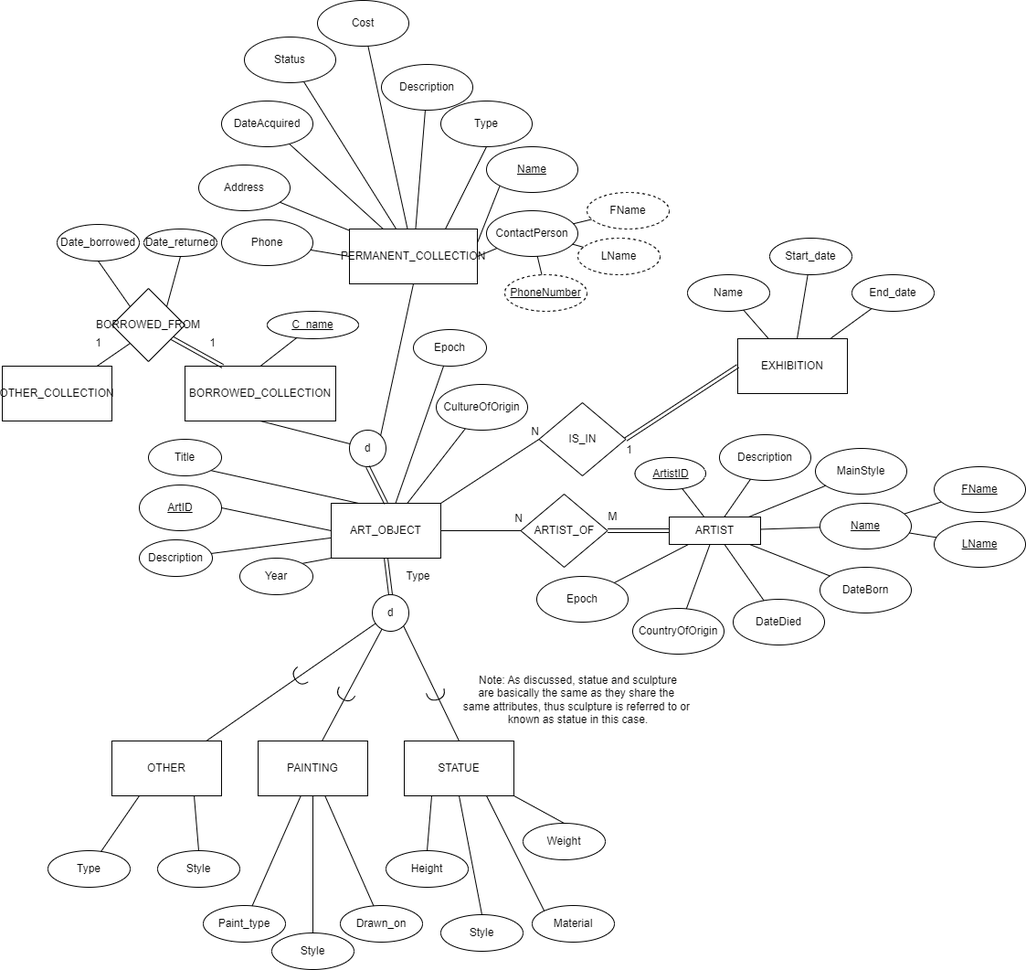
The draw.io diagram 300 Final Project EER - Updated.drawio.png in Maan-Khedr-ENSF-300/museum-project-coolkids87, before a commit. Source tidied: cells renumbered, new cells last; positions are measured from the earlier drawing's top-left corner, leaving out a move shared by most shapes.
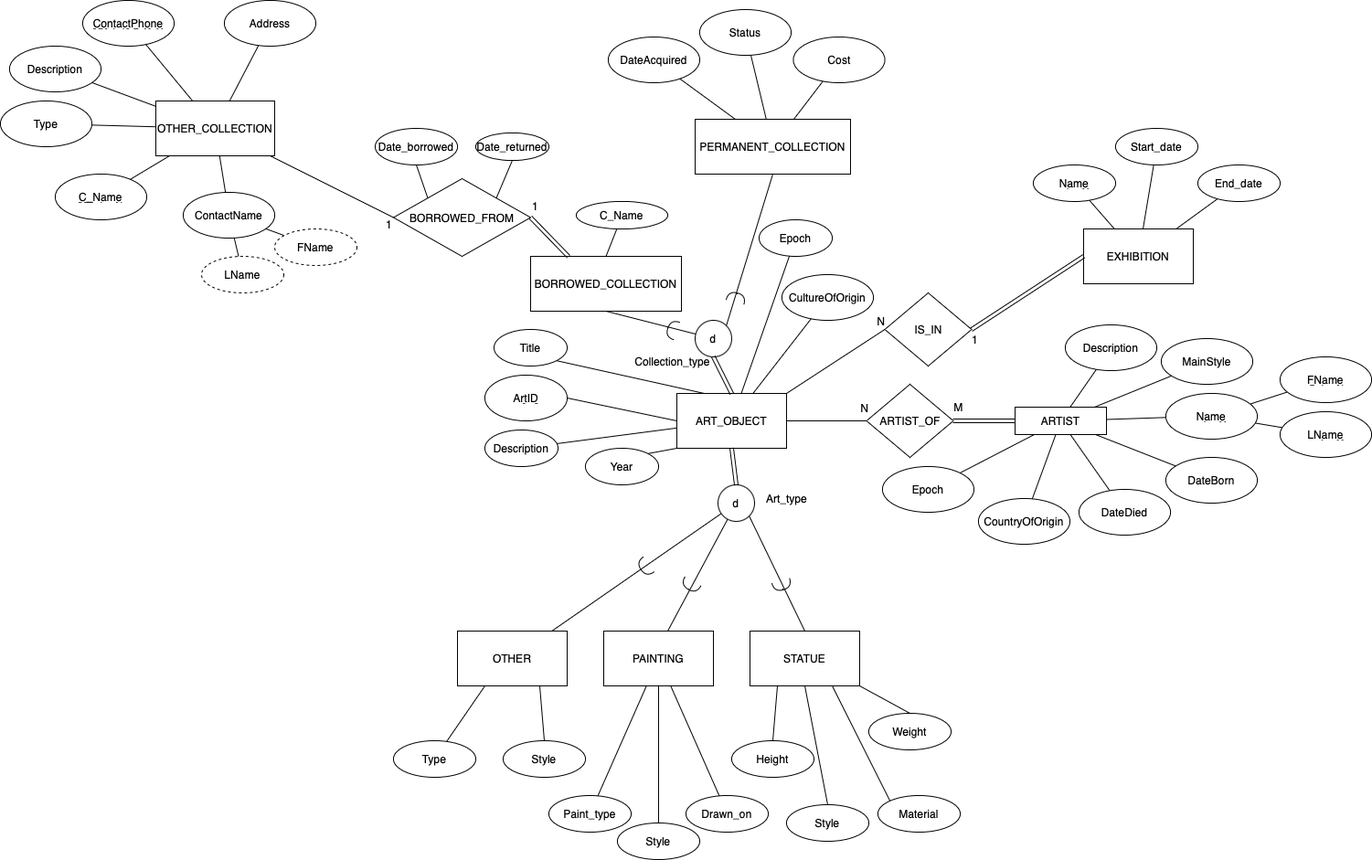
The same diagram one commit later.

Diff of the diagram source:
```diff
@@ -116,9 +116,9 @@
     <mxCell id="39" value="EXHIBITION" style="rounded=0;whiteSpace=wrap;html=1;" parent="1" vertex="1">
       <mxGeometry x="805" y="370" width="120" height="60" as="geometry" />
     </mxCell>
-    <mxCell id="40" value="Name" style="ellipse;whiteSpace=wrap;html=1;" parent="1" vertex="1">
-      <mxGeometry x="750" y="300" width="90" height="40" as="geometry" />
-    </mxCell>
+    <mxCell id="50" value="&lt;u&gt;Name&lt;/u&gt;" style="ellipse;whiteSpace=wrap;html=1;" parent="1" vertex="1">
+      <mxGeometry x="750" y="300" width="90" height="40" as="geometry" />
+    </mxCell>
     <mxCell id="41" value="End_date" style="ellipse;whiteSpace=wrap;html=1;" parent="1" vertex="1">
       <mxGeometry x="930" y="300" width="90" height="40" as="geometry" />
     </mxCell>
@@ -131,9 +131,9 @@
     <mxCell id="44" style="endArrow=none;html=1;rounded=0;" parent="1" edge="1" source="39" target="42">
       <mxGeometry relative="1" as="geometry" />
     </mxCell>
-    <mxCell id="45" style="endArrow=none;html=1;rounded=0;" parent="1" edge="1" source="39" target="40">
-      <mxGeometry relative="1" as="geometry" />
-    </mxCell>
+    <mxCell id="126" style="endArrow=none;html=1;rounded=0;" parent="1" edge="1" source="39" target="50">
+      <mxGeometry relative="1" as="geometry" />
+    </mxCell>
     <mxCell id="46" value="IS_IN" style="rhombus;whiteSpace=wrap;html=1;" parent="1" vertex="1">
       <mxGeometry x="587.5" y="440" width="95" height="80" as="geometry" />
     </mxCell>
@@ -144,44 +144,44 @@
       <mxGeometry relative="1" as="geometry" />
     </mxCell>
     <mxCell id="49" value="PERMANENT_COLLECTION" style="rounded=0;whiteSpace=wrap;html=1;" parent="1" vertex="1">
-      <mxGeometry x="380" y="250" width="140" height="60" as="geometry" />
+      <mxGeometry x="380" y="250" width="170" height="60" as="geometry" />
     </mxCell>
-    <mxCell id="50" value="&lt;u&gt;Name&lt;/u&gt;" style="ellipse;whiteSpace=wrap;html=1;" parent="1" vertex="1">
-      <mxGeometry x="530" y="160" width="100" height="50" as="geometry" />
-    </mxCell>
-    <mxCell id="51" style="endArrow=none;html=1;rounded=0;entryX=0;entryY=1;entryDx=0;entryDy=0;exitX=1;exitY=0.25;exitDx=0;exitDy=0;" parent="1" edge="1" source="49" target="50">
-      <mxGeometry relative="1" as="geometry" />
-    </mxCell>
+    <mxCell id="127" value="&lt;u&gt;C_Name&lt;/u&gt;" style="ellipse;whiteSpace=wrap;html=1;" parent="1" vertex="1">
+      <mxGeometry x="-320" y="310" width="100" height="50" as="geometry" />
+    </mxCell>
+    <mxCell id="128" style="endArrow=none;html=1;rounded=0;" parent="1" edge="1" source="122" target="127">
+      <mxGeometry relative="1" as="geometry" />
+    </mxCell>
     <mxCell id="52" value="Type" style="ellipse;whiteSpace=wrap;html=1;" parent="1" vertex="1">
-      <mxGeometry x="480" y="110" width="100" height="50" as="geometry" />
+      <mxGeometry x="-380" y="230" width="100" height="50" as="geometry" />
     </mxCell>
-    <mxCell id="53" style="endArrow=none;html=1;rounded=0;exitX=0.75;exitY=0;exitDx=0;exitDy=0;entryX=0.5;entryY=1;entryDx=0;entryDy=0;" parent="1" edge="1" source="49" target="52">
-      <mxGeometry relative="1" as="geometry" />
-    </mxCell>
+    <mxCell id="129" style="endArrow=none;html=1;rounded=0;" parent="1" edge="1" source="122" target="52">
+      <mxGeometry relative="1" as="geometry" />
+    </mxCell>
     <mxCell id="54" value="Description" style="ellipse;whiteSpace=wrap;html=1;" parent="1" vertex="1">
-      <mxGeometry x="415" y="70" width="100" height="50" as="geometry" />
+      <mxGeometry x="-370" y="170" width="100" height="50" as="geometry" />
     </mxCell>
-    <mxCell id="55" style="endArrow=none;html=1;rounded=0;" parent="1" edge="1" source="49" target="54">
-      <mxGeometry relative="1" as="geometry" />
-    </mxCell>
+    <mxCell id="130" style="endArrow=none;html=1;rounded=0;" parent="1" edge="1" source="122" target="54">
+      <mxGeometry relative="1" as="geometry" />
+    </mxCell>
     <mxCell id="56" value="Address" style="ellipse;whiteSpace=wrap;html=1;" parent="1" vertex="1">
-      <mxGeometry x="215" y="180" width="100" height="50" as="geometry" />
+      <mxGeometry x="-135" y="120" width="100" height="50" as="geometry" />
     </mxCell>
-    <mxCell id="57" style="endArrow=none;html=1;rounded=0;" parent="1" edge="1" source="49" target="56">
-      <mxGeometry relative="1" as="geometry" />
-    </mxCell>
-    <mxCell id="58" value="Phone" style="ellipse;whiteSpace=wrap;html=1;" parent="1" vertex="1">
-      <mxGeometry x="240" y="240" width="100" height="50" as="geometry" />
-    </mxCell>
-    <mxCell id="59" style="endArrow=none;html=1;rounded=0;entryX=0;entryY=0.5;entryDx=0;entryDy=0;" parent="1" edge="1" source="58" target="49">
-      <mxGeometry relative="1" as="geometry" />
-    </mxCell>
-    <mxCell id="60" value="ContactPerson" style="ellipse;whiteSpace=wrap;html=1;" parent="1" vertex="1">
-      <mxGeometry x="530" y="230" width="100" height="50" as="geometry" />
-    </mxCell>
-    <mxCell id="61" style="endArrow=none;html=1;rounded=0;entryX=1;entryY=0.5;entryDx=0;entryDy=0;" parent="1" edge="1" source="60" target="49">
-      <mxGeometry relative="1" as="geometry" />
-    </mxCell>
+    <mxCell id="131" style="endArrow=none;html=1;rounded=0;" parent="1" edge="1" source="122" target="56">
+      <mxGeometry relative="1" as="geometry" />
+    </mxCell>
+    <mxCell id="132" value="&lt;u&gt;ContactPhone&lt;/u&gt;" style="ellipse;whiteSpace=wrap;html=1;" parent="1" vertex="1">
+      <mxGeometry x="-290" y="120" width="100" height="50" as="geometry" />
+    </mxCell>
+    <mxCell id="133" style="endArrow=none;html=1;rounded=0;" parent="1" edge="1" source="132" target="122">
+      <mxGeometry relative="1" as="geometry" />
+    </mxCell>
+    <mxCell id="134" value="ContactName" style="ellipse;whiteSpace=wrap;html=1;" parent="1" vertex="1">
+      <mxGeometry x="-180" y="330" width="100" height="50" as="geometry" />
+    </mxCell>
+    <mxCell id="135" style="endArrow=none;html=1;rounded=0;" parent="1" edge="1" source="134" target="122">
+      <mxGeometry relative="1" as="geometry" />
+    </mxCell>
     <mxCell id="62" style="edgeStyle=none;rounded=0;jettySize=auto;html=1;endArrow=none;endFill=0;" parent="1" edge="1" source="63" target="82">
       <mxGeometry relative="1" as="geometry" />
     </mxCell>
@@ -228,16 +228,16 @@
       <mxGeometry relative="1" as="geometry" />
     </mxCell>
     <mxCell id="77" value="Date_borrowed" style="ellipse;whiteSpace=wrap;html=1;" parent="1" vertex="1">
-      <mxGeometry x="60" y="245" width="90" height="40" as="geometry" />
+      <mxGeometry x="30" y="260" width="90" height="40" as="geometry" />
     </mxCell>
-    <mxCell id="78" style="endArrow=none;html=1;rounded=0;exitX=0.5;exitY=0;exitDx=0;exitDy=0;" parent="1" edge="1" source="94" target="79">
-      <mxGeometry relative="1" as="geometry" />
-    </mxCell>
-    <mxCell id="79" value="&lt;u&gt;C_name&lt;/u&gt;" style="ellipse;whiteSpace=wrap;html=1;" parent="1" vertex="1">
-      <mxGeometry x="290" y="340" width="100" height="30" as="geometry" />
-    </mxCell>
+    <mxCell id="136" style="endArrow=none;html=1;rounded=0;exitX=0.5;exitY=0;exitDx=0;exitDy=0;" parent="1" edge="1" source="94" target="137">
+      <mxGeometry relative="1" as="geometry" />
+    </mxCell>
+    <mxCell id="137" value="C_Name" style="ellipse;whiteSpace=wrap;html=1;" parent="1" vertex="1">
+      <mxGeometry x="250" y="340" width="100" height="30" as="geometry" />
+    </mxCell>
     <mxCell id="80" value="Date_returned" style="ellipse;whiteSpace=wrap;html=1;" parent="1" vertex="1">
-      <mxGeometry x="155" y="250" width="80" height="30" as="geometry" />
+      <mxGeometry x="140" y="265" width="80" height="30" as="geometry" />
     </mxCell>
     <mxCell id="81" value="&lt;u&gt;LName&lt;/u&gt;" style="ellipse;whiteSpace=wrap;html=1;" parent="1" vertex="1">
       <mxGeometry x="1020" y="570" width="100" height="50" as="geometry" />
@@ -248,36 +248,24 @@
     <mxCell id="83" style="edgeStyle=none;rounded=0;jettySize=auto;html=1;endArrow=none;endFill=0;" parent="1" edge="1" source="63" target="81">
       <mxGeometry relative="1" as="geometry" />
     </mxCell>
-    <mxCell id="84" style="edgeStyle=none;rounded=0;jettySize=auto;html=1;endArrow=none;endFill=0;" parent="1" edge="1" source="85" target="60">
-      <mxGeometry relative="1" as="geometry" />
-    </mxCell>
+    <mxCell id="138" style="edgeStyle=none;rounded=0;jettySize=auto;html=1;endArrow=none;endFill=0;" parent="1" edge="1" source="85" target="134">
+      <mxGeometry relative="1" as="geometry" />
+    </mxCell>
     <mxCell id="85" value="FName" style="ellipse;whiteSpace=wrap;html=1;dashed=1;" parent="1" vertex="1">
-      <mxGeometry x="640" y="210" width="90" height="40" as="geometry" />
+      <mxGeometry x="-80" y="370" width="90" height="40" as="geometry" />
     </mxCell>
     <mxCell id="86" value="LName" style="ellipse;whiteSpace=wrap;html=1;dashed=1;" parent="1" vertex="1">
-      <mxGeometry x="630" y="260" width="90" height="40" as="geometry" />
+      <mxGeometry x="-160" y="400" width="90" height="40" as="geometry" />
     </mxCell>
-    <mxCell id="87" value="PhoneNumber" style="ellipse;whiteSpace=wrap;html=1;dashed=1;fontStyle=4;" parent="1" vertex="1">
-      <mxGeometry x="550" y="300" width="90" height="40" as="geometry" />
-    </mxCell>
-    <mxCell id="88" style="edgeStyle=none;rounded=0;jettySize=auto;html=1;endArrow=none;endFill=0;fontStyle=1;" parent="1" edge="1" source="87" target="60">
-      <mxGeometry relative="1" as="geometry" />
-    </mxCell>
-    <mxCell id="89" style="edgeStyle=none;rounded=0;jettySize=auto;html=1;endArrow=none;endFill=0;" parent="1" edge="1" source="86" target="60">
-      <mxGeometry relative="1" as="geometry" />
-    </mxCell>
+    <mxCell id="139" style="edgeStyle=none;rounded=0;jettySize=auto;html=1;endArrow=none;endFill=0;" parent="1" edge="1" source="86" target="134">
+      <mxGeometry relative="1" as="geometry" />
+    </mxCell>
     <mxCell id="90" value="d" style="ellipse;whiteSpace=wrap;html=1;" parent="1" vertex="1">
       <mxGeometry x="380" y="470" width="40" height="40" as="geometry" />
     </mxCell>
     <mxCell id="91" style="endArrow=none;html=1;rounded=0;exitX=0.5;exitY=1;exitDx=0;exitDy=0;entryX=0.5;entryY=0;entryDx=0;entryDy=0;shape=link;" parent="1" edge="1" source="90" target="4">
       <mxGeometry relative="1" as="geometry" />
     </mxCell>
-    <mxCell id="92" style="endArrow=none;html=1;rounded=0;exitX=1;exitY=0;exitDx=0;exitDy=0;entryX=0.5;entryY=1;entryDx=0;entryDy=0;" parent="1" edge="1" source="90" target="49">
-      <mxGeometry relative="1" as="geometry" />
-    </mxCell>
-    <mxCell id="93" style="endArrow=none;html=1;rounded=0;entryX=0.5;entryY=1;entryDx=0;entryDy=0;" parent="1" edge="1" source="90" target="94">
-      <mxGeometry relative="1" as="geometry" />
-    </mxCell>
     <mxCell id="94" value="BORROWED_COLLECTION" style="rounded=0;whiteSpace=wrap;html=1;" parent="1" vertex="1">
       <mxGeometry x="200" y="400" width="165" height="60" as="geometry" />
     </mxCell>
@@ -290,20 +278,20 @@
     <mxCell id="97" style="shape=requiredInterface;html=1;verticalLabelPosition=bottom;sketch=0;rotation=120;" parent="1" vertex="1">
       <mxGeometry x="370" y="750" width="10" height="20" as="geometry" />
     </mxCell>
-    <mxCell id="98" style="endArrow=none;html=1;rounded=0;" parent="1" edge="1" target="17">
-      <mxGeometry relative="1" as="geometry">
-        <mxPoint x="350" y="810" as="sourcePoint" />
-      </mxGeometry>
-    </mxCell>
+    <mxCell id="140" style="endArrow=none;html=1;rounded=0;" parent="1" edge="1" target="17">
+      <mxGeometry relative="1" as="geometry">
+        <mxPoint x="350" y="810" as="sourcePoint" />
+      </mxGeometry>
+    </mxCell>
     <mxCell id="99" style="shape=requiredInterface;html=1;verticalLabelPosition=bottom;sketch=0;rotation=75;" parent="1" vertex="1">
       <mxGeometry x="470" y="750" width="10" height="20" as="geometry" />
     </mxCell>
-    <mxCell id="100" style="endArrow=none;html=1;rounded=0;entryX=1;entryY=1;entryDx=0;entryDy=0;exitX=0.5;exitY=0;exitDx=0;exitDy=0;" parent="1" edge="1">
-      <mxGeometry relative="1" as="geometry">
-        <mxPoint x="500" y="810" as="sourcePoint" />
-        <mxPoint x="439.1" y="684.1" as="targetPoint" />
-      </mxGeometry>
-    </mxCell>
+    <mxCell id="141" style="endArrow=none;html=1;rounded=0;entryX=1;entryY=1;entryDx=0;entryDy=0;exitX=0.5;exitY=0;exitDx=0;exitDy=0;" parent="1" edge="1">
+      <mxGeometry relative="1" as="geometry">
+        <mxPoint x="500" y="810" as="sourcePoint" />
+        <mxPoint x="439.1" y="684.1" as="targetPoint" />
+      </mxGeometry>
+    </mxCell>
     <mxCell id="101" value="ARTIST" style="rounded=0;whiteSpace=wrap;html=1;" parent="1" vertex="1">
       <mxGeometry x="730" y="565" width="100" height="30" as="geometry" />
     </mxCell>
@@ -319,20 +307,14 @@
     <mxCell id="105" value="1" style="html=1;align=right;verticalAlign=bottom;" parent="1" vertex="1">
       <mxGeometry x="690" y="500" as="geometry" />
     </mxCell>
-    <mxCell id="106" value="&lt;u&gt;ArtistID&lt;/u&gt;" style="ellipse;whiteSpace=wrap;html=1;" parent="1" vertex="1">
-      <mxGeometry x="692.5" y="500" width="77.5" height="35" as="geometry" />
-    </mxCell>
-    <mxCell id="107" style="endArrow=none;html=1;rounded=0;" parent="1" edge="1" source="106" target="101">
-      <mxGeometry relative="1" as="geometry" />
-    </mxCell>
     <mxCell id="108" value="Cost" style="ellipse;whiteSpace=wrap;html=1;" parent="1" vertex="1">
-      <mxGeometry x="345" width="100" height="50" as="geometry" />
+      <mxGeometry x="487.5" y="160" width="100" height="50" as="geometry" />
     </mxCell>
     <mxCell id="109" value="Status" style="ellipse;whiteSpace=wrap;html=1;" parent="1" vertex="1">
-      <mxGeometry x="265" y="40" width="100" height="50" as="geometry" />
+      <mxGeometry x="385" y="130" width="100" height="50" as="geometry" />
     </mxCell>
     <mxCell id="110" value="DateAcquired" style="ellipse;whiteSpace=wrap;html=1;" parent="1" vertex="1">
-      <mxGeometry x="240" y="110" width="100" height="50" as="geometry" />
+      <mxGeometry x="285" y="160" width="100" height="50" as="geometry" />
     </mxCell>
     <mxCell id="111" style="endArrow=none;html=1;rounded=0;" parent="1" edge="1" source="49" target="109">
       <mxGeometry relative="1" as="geometry" />
@@ -349,14 +331,11 @@
     <mxCell id="115" style="endArrow=none;html=1;rounded=0;exitX=1;exitY=0.5;exitDx=0;exitDy=0;entryX=0;entryY=0.5;entryDx=0;entryDy=0;shape=link;" parent="1" edge="1" source="102" target="101">
       <mxGeometry relative="1" as="geometry" />
     </mxCell>
-    <mxCell id="116" value="Note: As discussed, statue and sculpture&lt;br&gt;are basically the same as they share the&amp;nbsp;&lt;br&gt;same attributes, thus sculpture is referred to or&amp;nbsp;&lt;br&gt;known as statue in this case." style="text;html=1;align=center;verticalAlign=middle;fillColor=none;strokeColor=none;rounded=0;" parent="1" vertex="1">
-      <mxGeometry x="495" y="730" width="270" height="70" as="geometry" />
-    </mxCell>
-    <mxCell id="117" style="endArrow=none;html=1;rounded=0;exitX=0.25;exitY=0;exitDx=0;exitDy=0;shape=link;" parent="1" edge="1" source="94" target="118">
+    <mxCell id="117" style="endArrow=none;html=1;rounded=0;exitX=0.25;exitY=0;exitDx=0;exitDy=0;shape=link;entryX=1;entryY=0.5;entryDx=0;entryDy=0;" parent="1" edge="1" source="94" target="118">
       <mxGeometry relative="1" as="geometry" />
     </mxCell>
     <mxCell id="118" value="BORROWED_FROM" style="rhombus;whiteSpace=wrap;html=1;" parent="1" vertex="1">
-      <mxGeometry x="120" y="315" width="80" height="80" as="geometry" />
+      <mxGeometry x="50" y="315" width="150" height="85" as="geometry" />
     </mxCell>
     <mxCell id="119" style="endArrow=none;html=1;rounded=0;exitX=1;exitY=0;exitDx=0;exitDy=0;entryX=0.5;entryY=1;entryDx=0;entryDy=0;" parent="1" edge="1" source="118" target="80">
       <mxGeometry relative="1" as="geometry" />
@@ -364,20 +343,35 @@
     <mxCell id="120" style="endArrow=none;html=1;rounded=0;exitX=0;exitY=0;exitDx=0;exitDy=0;entryX=0.5;entryY=1;entryDx=0;entryDy=0;" parent="1" edge="1" source="118" target="77">
       <mxGeometry relative="1" as="geometry" />
     </mxCell>
-    <mxCell id="121" style="endArrow=none;html=1;rounded=0;exitX=0;exitY=1;exitDx=0;exitDy=0;" parent="1" edge="1" source="118" target="122">
+    <mxCell id="121" style="endArrow=none;html=1;rounded=0;exitX=0;exitY=0.5;exitDx=0;exitDy=0;" parent="1" edge="1" source="118" target="122">
       <mxGeometry relative="1" as="geometry" />
     </mxCell>
     <mxCell id="122" value="OTHER_COLLECTION" style="rounded=0;whiteSpace=wrap;html=1;" parent="1" vertex="1">
-      <mxGeometry y="400" width="120" height="60" as="geometry" />
+      <mxGeometry x="-210" y="230" width="130" height="60" as="geometry" />
     </mxCell>
-    <mxCell id="123" value="1" style="text;html=1;align=center;verticalAlign=middle;fillColor=none;strokeColor=none;rounded=0;" parent="1" vertex="1">
-      <mxGeometry x="90" y="360" width="30" height="30" as="geometry" />
-    </mxCell>
-    <mxCell id="124" value="1" style="text;html=1;align=center;verticalAlign=middle;fillColor=none;strokeColor=none;rounded=0;" parent="1" vertex="1">
-      <mxGeometry x="215" y="360" width="30" height="30" as="geometry" />
-    </mxCell>
-    <mxCell id="125" value="Type" style="text;html=1;align=center;verticalAlign=middle;fillColor=none;strokeColor=none;rounded=0;" parent="1" vertex="1">
-      <mxGeometry x="430" y="615" width="50" height="30" as="geometry" />
-    </mxCell>
+    <mxCell id="142" value="1" style="text;html=1;align=center;verticalAlign=middle;fillColor=none;strokeColor=none;rounded=0;" parent="1" vertex="1">
+      <mxGeometry x="30" y="350" width="30" height="30" as="geometry" />
+    </mxCell>
+    <mxCell id="143" value="1" style="text;html=1;align=center;verticalAlign=middle;fillColor=none;strokeColor=none;rounded=0;" parent="1" vertex="1">
+      <mxGeometry x="190" y="330" width="30" height="30" as="geometry" />
+    </mxCell>
+    <mxCell id="144" value="Art_type" style="text;html=1;align=center;verticalAlign=middle;fillColor=none;strokeColor=none;rounded=0;" parent="1" vertex="1">
+      <mxGeometry x="445" y="650" width="70" height="30" as="geometry" />
+    </mxCell>
+    <mxCell id="145" style="shape=requiredInterface;html=1;verticalLabelPosition=bottom;sketch=0;rotation=-160;" parent="1" vertex="1">
+      <mxGeometry x="350" y="470" width="10" height="20" as="geometry" />
+    </mxCell>
+    <mxCell id="93" style="endArrow=none;html=1;rounded=0;entryX=0.5;entryY=1;entryDx=0;entryDy=0;" parent="1" edge="1" source="90" target="94">
+      <mxGeometry relative="1" as="geometry" />
+    </mxCell>
+    <mxCell id="146" style="shape=requiredInterface;html=1;verticalLabelPosition=bottom;sketch=0;rotation=-75;" parent="1" vertex="1">
+      <mxGeometry x="420" y="435" width="10" height="20" as="geometry" />
+    </mxCell>
+    <mxCell id="92" style="endArrow=none;html=1;rounded=0;exitX=1;exitY=0;exitDx=0;exitDy=0;entryX=0.5;entryY=1;entryDx=0;entryDy=0;" parent="1" edge="1" source="90" target="49">
+      <mxGeometry relative="1" as="geometry" />
+    </mxCell>
+    <mxCell id="147" value="Collection_type" style="text;html=1;align=center;verticalAlign=middle;fillColor=none;strokeColor=none;rounded=0;" parent="1" vertex="1">
+      <mxGeometry x="300" y="500" width="110" height="30" as="geometry" />
+    </mxCell>
   </root>
 </mxGraphModel>
```
